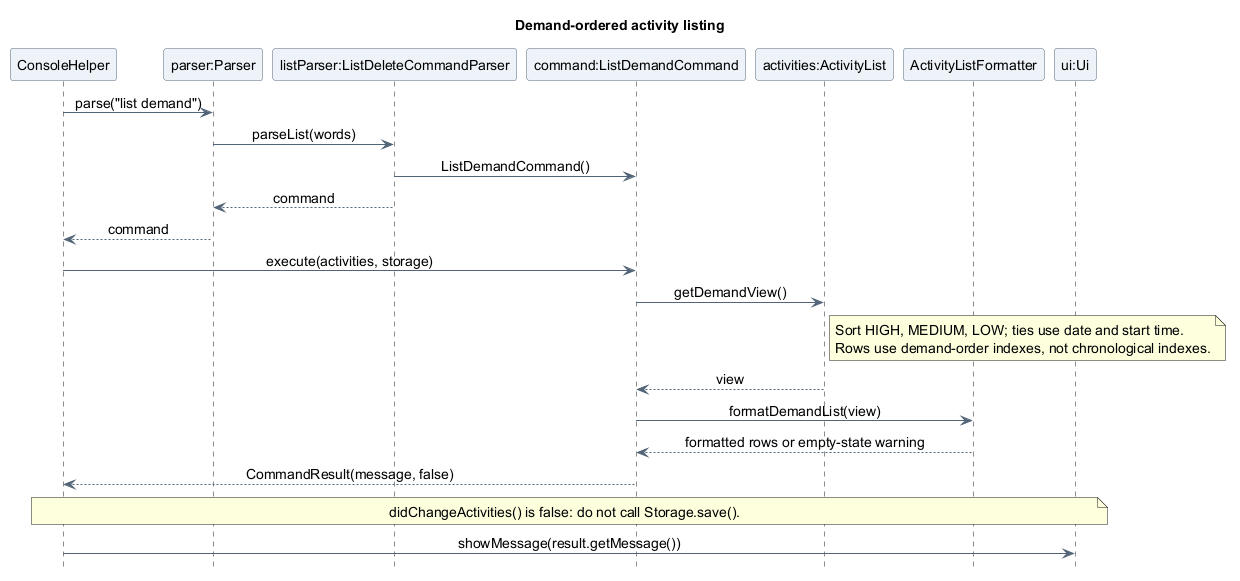
The PlantUML diagram docs/images/asyraf/sequence/ListDemandSequence.png in AY2627S1-CS2113-T10-4/tp, before a commit.
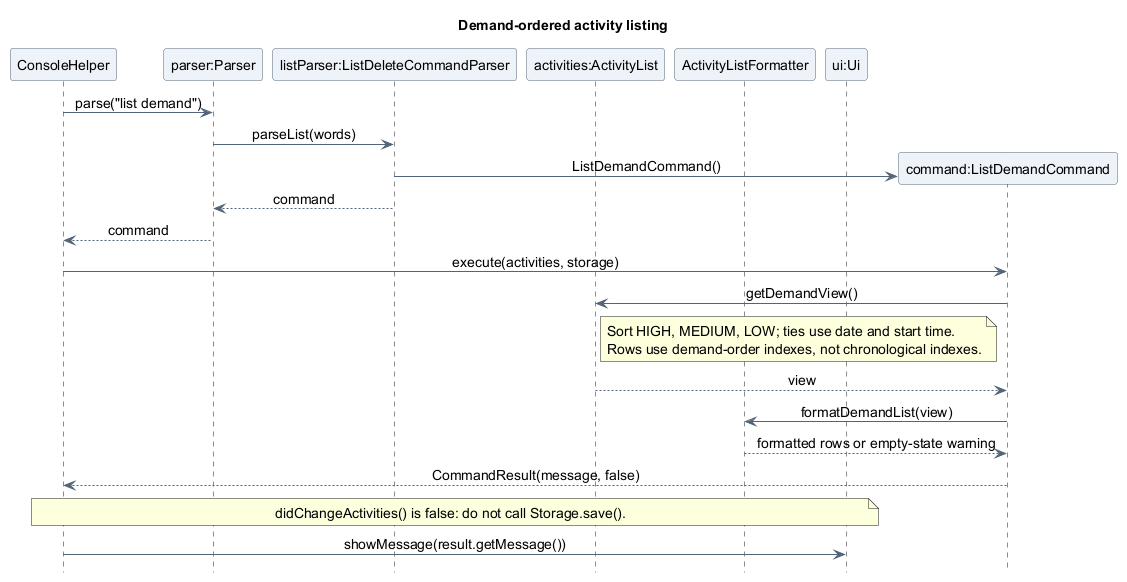
After the change.

The edit, as a diff of the source:
```diff
@@ -13,13 +13,13 @@
 participant "ConsoleHelper" as Console
 participant "parser:Parser" as Parser
 participant "listParser:ListDeleteCommandParser" as ListParser
-participant "command:ListDemandCommand" as Query
 participant "activities:ActivityList" as Activities
 participant "ActivityListFormatter" as Formatter
 participant "ui:Ui" as UI
 
 Console -> Parser : parse("list demand")
 Parser -> ListParser : parseList(words)
+create participant "command:ListDemandCommand" as Query
 ListParser -> Query : ListDemandCommand()
 ListParser --> Parser : command
 Parser --> Console : command
```
